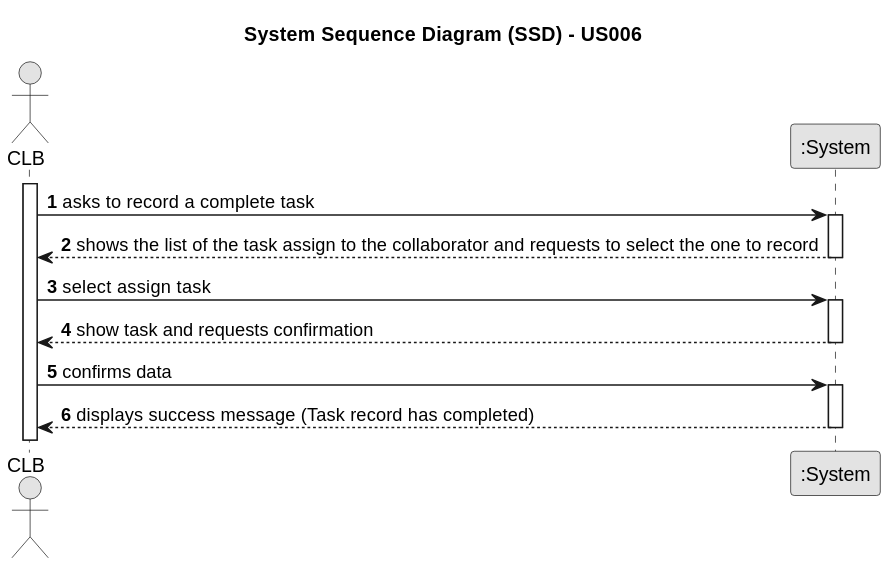
Earlier version of the PlantUML export docs/sprintC/us029/01.requirements-engineering/svg/us029-system-sequence-diagram-alternative-one.svg (ricardomm7/leaflink). Its diagram source:
```plantuml
@startuml
skinparam monochrome true
skinparam packageStyle rectangle
skinparam shadowing false

title System Sequence Diagram (SSD) - US006

autonumber

actor "CLB" as CLB
participant ":System" as System

activate CLB

    CLB -> System : asks to record a complete task
    activate System

        System --> CLB : shows the list of the task assign to the collaborator and requests to select the one to record
    deactivate System

    CLB -> System : select assign task

    activate System

        System --> CLB : show task and requests confirmation
    deactivate System

    CLB -> System : confirms data
    activate System

        System --> CLB :  displays success message (Task record has completed)
    deactivate System
@enduml
```
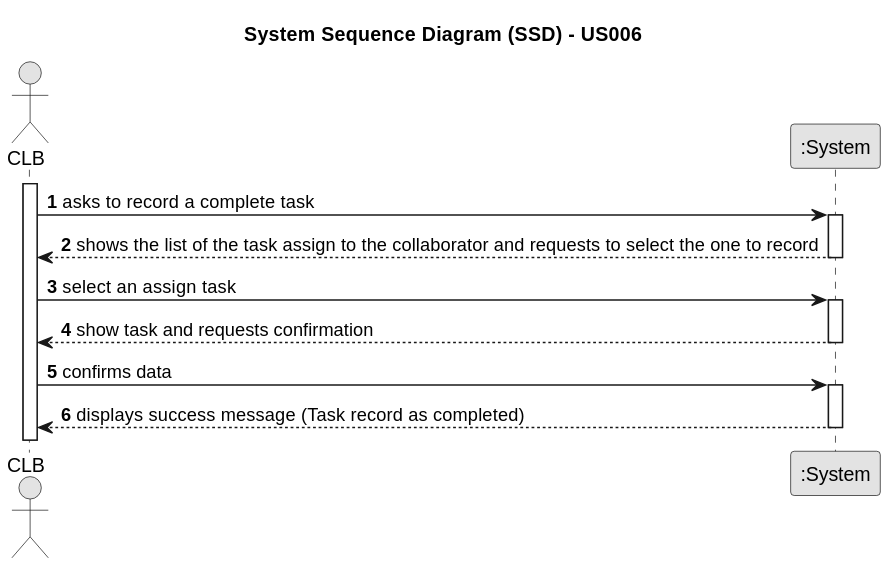
After the change.

Change to the diagram source:
```diff
@@ -18,7 +18,7 @@
         System --> CLB : shows the list of the task assign to the collaborator and requests to select the one to record
     deactivate System
 
-    CLB -> System : select assign task
+    CLB -> System : select an assign task
 
     activate System
 
@@ -28,6 +28,6 @@
     CLB -> System : confirms data
     activate System
 
-        System --> CLB :  displays success message (Task record has completed)
+        System --> CLB :  displays success message (Task record as completed)
     deactivate System
 @enduml
```
